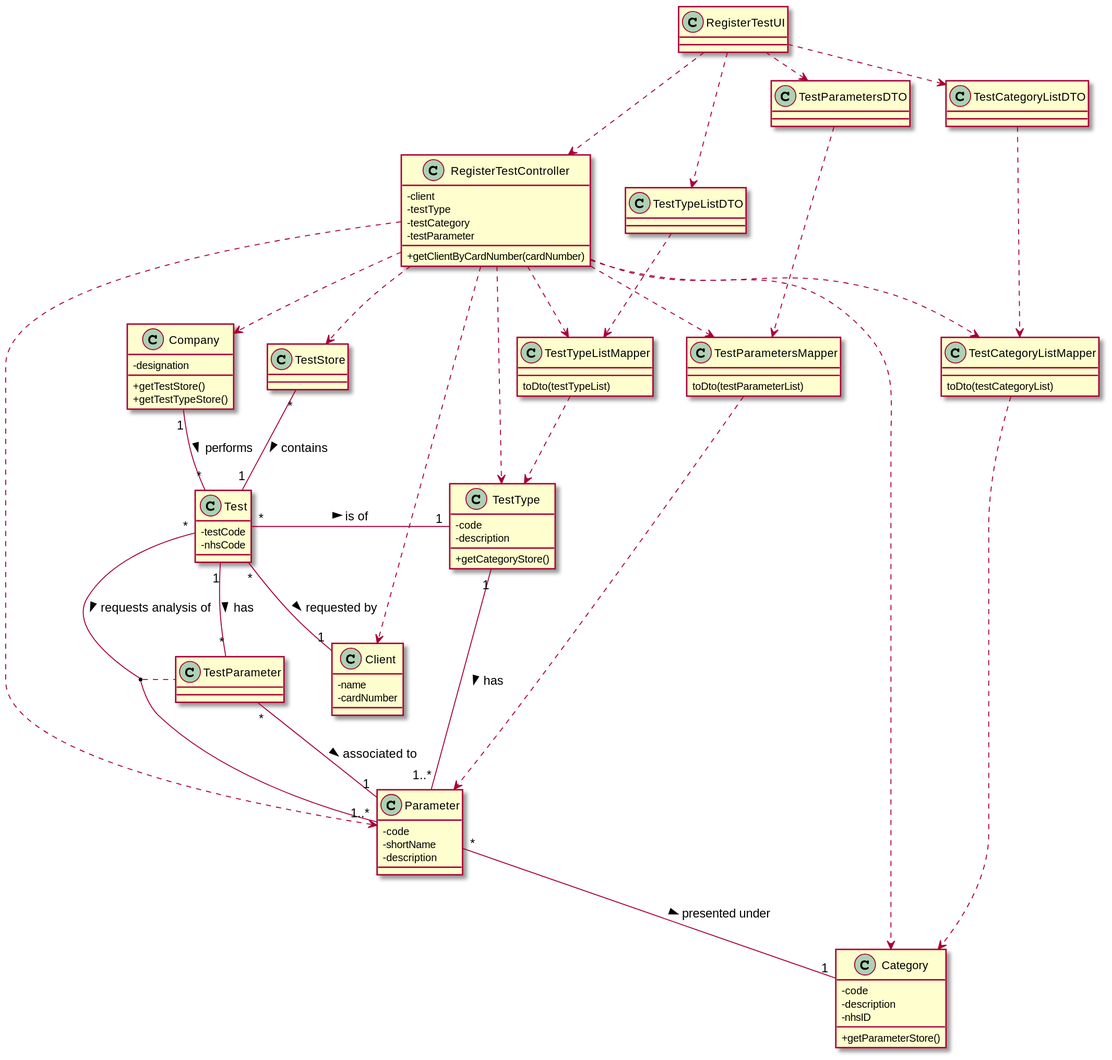
Above: docs/SprintC/US4/US4_CD.svg in MadDinosaur/ISEP-LAPR2 (PlantUML), before the change. Its diagram source:
```plantuml
@startuml

skinparam classAttributeIconSize 0

class RegisterTestUI
class RegisterTestController {
-client
-testType
-testCategory
-testParameter


+getClientByCardNumber(cardNumber)

}


class Company {
-designation
+getTestStore()
+getTestTypeStore()
}
class TestStore
class Test {
-testCode
-nhsCode
}
class Client {
-name
-cardNumber
}
class TestType {
-code
-description
+getCategoryStore()
}
class Parameter {
-code
-shortName
-description
}
class Category {
-code
-description
-nhsID
+getParameterStore()
}
class TestTypeListDTO
class TestTypeListMapper{
toDto(testTypeList)
}
class TestCategoryListDTO
class TestCategoryListMapper{
toDto(testCategoryList)
}
class TestParametersDTO
class TestParametersMapper{
toDto(testParameterList)
}

Test "*"--"1..*" Parameter : requests analysis of >
TestType "1"--"1..*" Parameter : has >
Test "*"--"1" Client : requested by >
Test "*"-up-"1" Company : performs <
Test "*"-right-"1" "TestType" : is of >
Parameter "*"--"1" Category : presented under >
RegisterTestUI ..> RegisterTestController
RegisterTestController ..> Company
RegisterTestController ..> TestStore
TestStore "*"--"1" "Test" : contains >
RegisterTestController ..> TestType
RegisterTestController ..> Parameter
RegisterTestController ..> Category
RegisterTestController ..> Client
RegisterTestUI .right.> TestTypeListDTO
TestTypeListDTO .down.> TestTypeListMapper
TestTypeListMapper ..> TestType
RegisterTestController ..> TestTypeListMapper
RegisterTestUI .right.> TestCategoryListDTO
TestCategoryListDTO .down.> TestCategoryListMapper
TestCategoryListMapper ..> Category
RegisterTestController ..> TestCategoryListMapper
RegisterTestUI .right.> TestParametersDTO
TestParametersDTO .down.> TestParametersMapper
TestParametersMapper ..> Parameter
RegisterTestController ..> TestParametersMapper
(Test, Parameter) .. TestParameter
TestParameter "*"-"1" Parameter : associated to >
TestParameter "*"--"1" Test : has <

@enduml
```
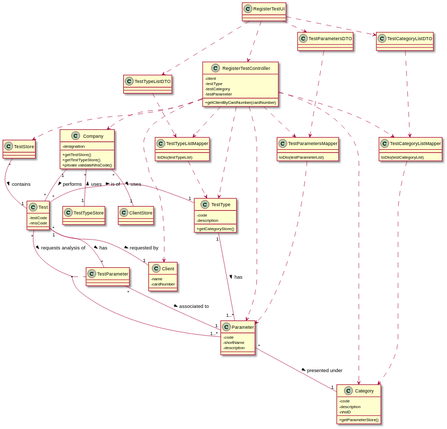
After the commit.

The edit, as a diff of the source:
```diff
@@ -8,10 +8,7 @@
 -testType
 -testCategory
 -testParameter
-
-
 +getClientByCardNumber(cardNumber)
-
 }
 
 
@@ -19,6 +16,7 @@
 -designation
 +getTestStore()
 +getTestTypeStore()
++private validateNhsCode()
 }
 class TestStore
 class Test {
@@ -57,6 +55,9 @@
 class TestParametersMapper{
 toDto(testParameterList)
 }
+class ClientStore
+class TestTypeStore
+
 
 Test "*"--"1..*" Parameter : requests analysis of >
 TestType "1"--"1..*" Parameter : has >
@@ -87,5 +88,8 @@
 (Test, Parameter) .. TestParameter
 TestParameter "*"-"1" Parameter : associated to >
 TestParameter "*"--"1" Test : has <
+Company "*"--"1" ClientStore : uses >
+Company "*"--"1" TestTypeStore : uses <
+
 
 @enduml
```
